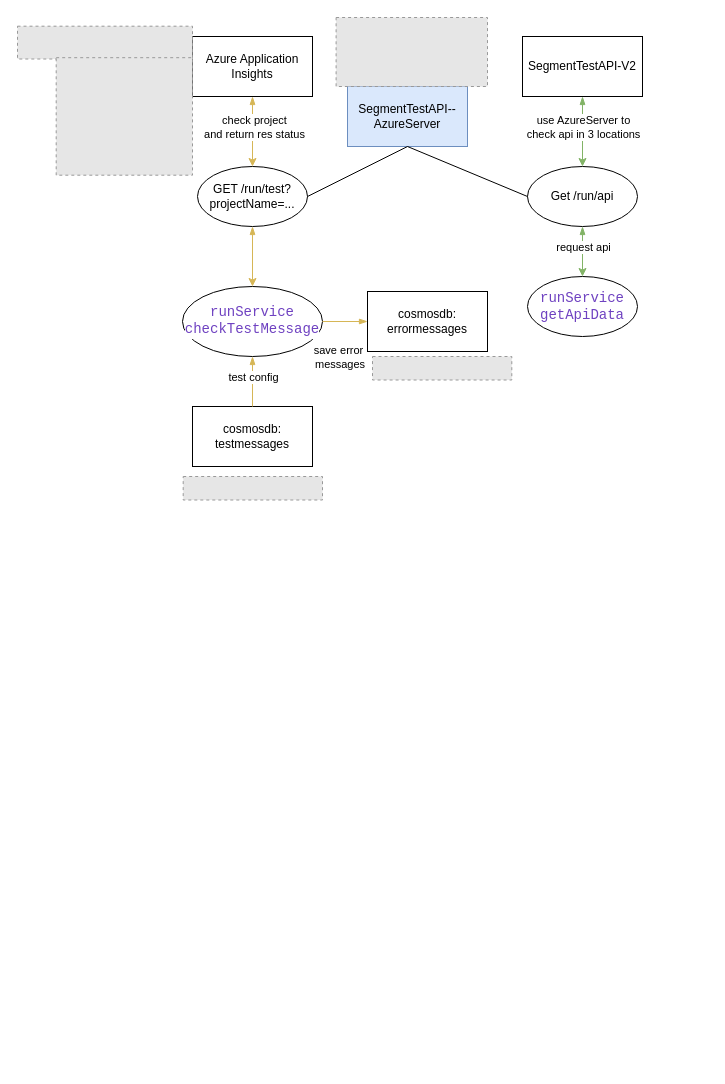
The draw.io diagram SegmentTestAPI.drawio in stablestpale/run_server, before the edit. Source tidied: cells renumbered, new cells numbered last; positions are measured from the earlier drawing's top-left corner, leaving out a move shared by most shapes. Both pictures are drawn from the tidied source at 100%, with x=0, y=0 at pixel (17, 17). Pictures stored in the file or linked from it are replaced by grey dashed boxes.
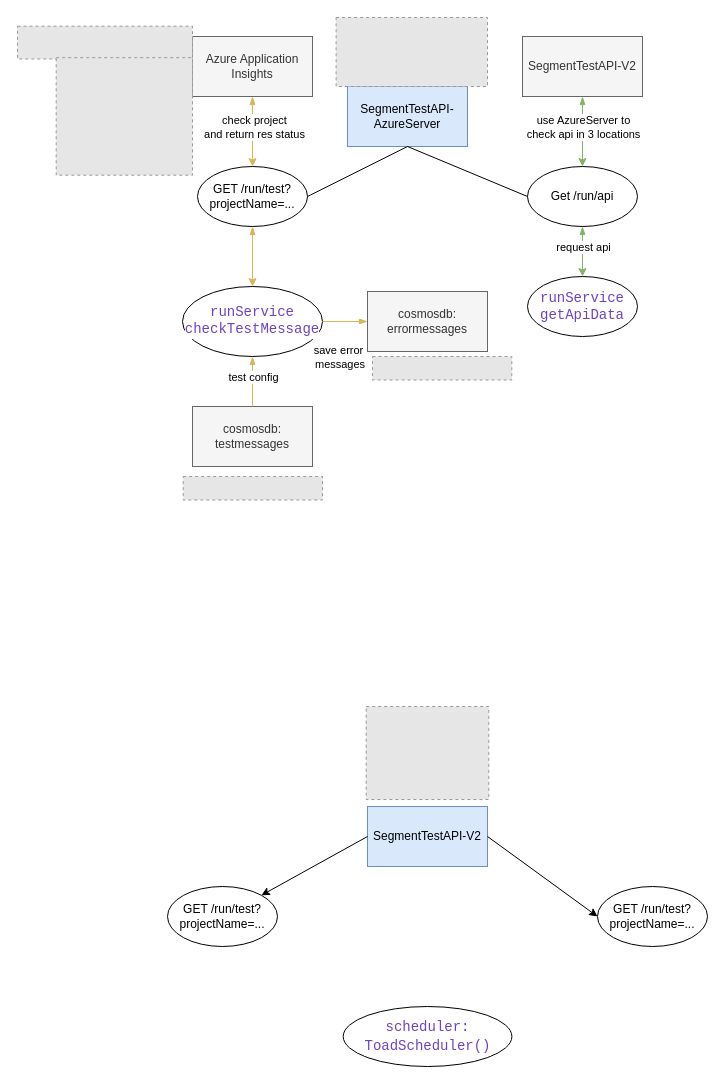
Above is the later version.

Diff of the diagram source:
```diff
@@
-    <mxCell id="2" value="SegmentTestAPI--AzureServer" style="rounded=0;whiteSpace=wrap;html=1;fillColor=#dae8fc;strokeColor=#6c8ebf;" parent="1" vertex="1">
+    <mxCell id="2" value="SegmentTestAPI-AzureServer" style="rounded=0;whiteSpace=wrap;html=1;fillColor=#dae8fc;strokeColor=#6c8ebf;" parent="1" vertex="1">
       <mxGeometry x="330" y="69" width="120" height="60" as="geometry" />
     </mxCell>
@@
-    <mxCell id="5" value="Azure Application Insights" style="rounded=0;whiteSpace=wrap;html=1;" parent="1" vertex="1">
+    <mxCell id="5" value="Azure Application Insights" style="rounded=0;whiteSpace=wrap;html=1;fillColor=#f5f5f5;fontColor=#333333;strokeColor=#666666;" parent="1" vertex="1">
       <mxGeometry x="175" y="19" width="120" height="60" as="geometry" />
     </mxCell>
-    <mxCell id="6" value="SegmentTestAPI-V2" style="rounded=0;whiteSpace=wrap;html=1;" parent="1" vertex="1">
+    <mxCell id="6" value="SegmentTestAPI-V2" style="rounded=0;whiteSpace=wrap;html=1;fillColor=#f5f5f5;fontColor=#333333;strokeColor=#666666;" parent="1" vertex="1">
       <mxGeometry x="505" y="19" width="120" height="60" as="geometry" />
     </mxCell>
-    <mxCell id="7" value="cosmosdb:&lt;br&gt;testmessages" style="rounded=0;whiteSpace=wrap;html=1;" parent="1" vertex="1">
+    <mxCell id="7" value="cosmosdb:&lt;br&gt;testmessages" style="rounded=0;whiteSpace=wrap;html=1;fillColor=#f5f5f5;fontColor=#333333;strokeColor=#666666;" parent="1" vertex="1">
       <mxGeometry x="175" y="389" width="120" height="60" as="geometry" />
     </mxCell>
@@
-    <mxCell id="21" value="cosmosdb:&lt;br&gt;errormessages" style="rounded=0;whiteSpace=wrap;html=1;" parent="1" vertex="1">
+    <mxCell id="21" value="cosmosdb:&lt;br&gt;errormessages" style="rounded=0;whiteSpace=wrap;html=1;fillColor=#f5f5f5;fontColor=#333333;strokeColor=#666666;" parent="1" vertex="1">
       <mxGeometry x="350" y="274" width="120" height="60" as="geometry" />
     </mxCell>
@@
+    <mxCell id="29" value="SegmentTestAPI-V2" style="rounded=0;whiteSpace=wrap;html=1;fillColor=#dae8fc;strokeColor=#6c8ebf;" parent="1" vertex="1">
+      <mxGeometry x="350" y="789" width="120" height="60" as="geometry" />
+    </mxCell>
+    <mxCell id="30" style="fillColor=#E6E6E6;strokeColor=#999999;dashed=1;verticalLabelPosition=bottom;labelBackgroundColor=default;verticalAlign=top;" parent="1" vertex="1">
+      <mxGeometry x="348.7" y="689" width="122.6" height="93" as="geometry" />
+    </mxCell>
+    <mxCell id="31" value="&lt;div style=&quot;color: rgb(36, 41, 46); background-color: rgb(255, 255, 255); font-family: Consolas, &amp;quot;Courier New&amp;quot;, monospace; font-size: 14px; line-height: 19px;&quot;&gt;&lt;div style=&quot;line-height: 19px;&quot;&gt;&lt;span style=&quot;color: rgb(111, 66, 193);&quot;&gt;scheduler:&lt;/span&gt;&lt;/div&gt;&lt;div style=&quot;line-height: 19px;&quot;&gt;&lt;span style=&quot;color: rgb(111, 66, 193);&quot;&gt;ToadScheduler()&lt;/span&gt;&lt;br&gt;&lt;/div&gt;&lt;/div&gt;" style="ellipse;whiteSpace=wrap;html=1;" parent="1" vertex="1">
+      <mxGeometry x="325.7" y="989" width="168.7" height="60" as="geometry" />
+    </mxCell>
+    <mxCell id="32" value="GET /run/test?projectName=..." style="ellipse;whiteSpace=wrap;html=1;" parent="1" vertex="1">
+      <mxGeometry x="150" y="869" width="110" height="60" as="geometry" />
+    </mxCell>
+    <mxCell id="33" value="GET /run/test?projectName=..." style="ellipse;whiteSpace=wrap;html=1;" parent="1" vertex="1">
+      <mxGeometry x="580" y="869" width="110" height="60" as="geometry" />
+    </mxCell>
+    <mxCell id="34" style="endArrow=classic;html=1;rounded=0;exitX=0;exitY=0.5;exitDx=0;exitDy=0;entryX=1;entryY=0;entryDx=0;entryDy=0;" parent="1" edge="1" source="29" target="32">
+      <mxGeometry relative="1" as="geometry" />
+    </mxCell>
+    <mxCell id="35" style="endArrow=classic;html=1;rounded=0;exitX=1;exitY=0.5;exitDx=0;exitDy=0;entryX=0;entryY=0.5;entryDx=0;entryDy=0;" parent="1" edge="1" source="29" target="33">
+      <mxGeometry relative="1" as="geometry" />
+    </mxCell>
```
